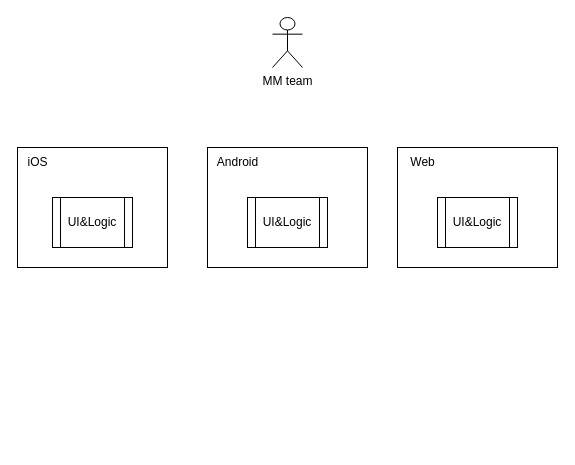
Above: Untitled Diagram.drawio in djdlp/InterviewQuestions (draw.io), before the change. Source tidied: cells renumbered, new cells numbered last; positions are measured from the earlier drawing's top-left corner, leaving out a move shared by most shapes. Both pictures are drawn from the tidied source at 100%, with x=0, y=0 at pixel (17, 17).
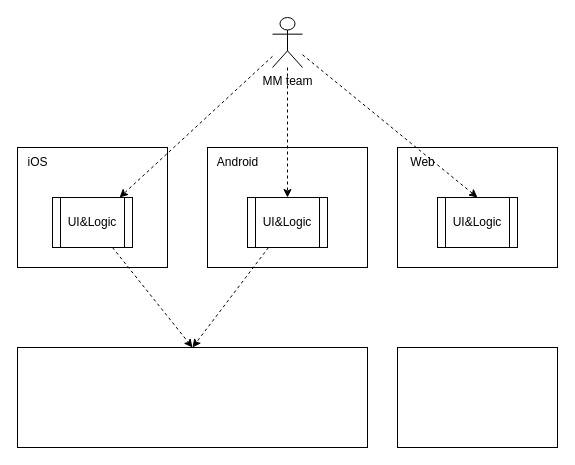
The same diagram, later.

The edit, as a diff of the source:
```diff
@@
 <mxGraphModel>
   <root>
     <mxCell id="0" />
     <mxCell id="1" parent="0" />
     <mxCell id="2" style="rounded=0;whiteSpace=wrap;html=1;" parent="1" vertex="1">
       <mxGeometry y="130" width="150" height="120" as="geometry" />
     </mxCell>
     <mxCell id="3" style="rounded=0;whiteSpace=wrap;html=1;" parent="1" vertex="1">
       <mxGeometry x="190" y="130" width="160" height="120" as="geometry" />
     </mxCell>
     <mxCell id="4" value="iOS" style="text;html=1;align=center;verticalAlign=middle;strokeColor=none;fillColor=none;" parent="1" vertex="1">
       <mxGeometry y="130" width="40" height="30" as="geometry" />
     </mxCell>
     <mxCell id="5" style="rounded=0;whiteSpace=wrap;html=1;fontFamily=Helvetica;fontSize=12;" parent="1" vertex="1">
       <mxGeometry x="380" y="130" width="160" height="120" as="geometry" />
     </mxCell>
     <mxCell id="6" value="Android" style="text;html=1;align=center;verticalAlign=middle;strokeColor=none;fillColor=none;fontSize=12;fontFamily=Helvetica;fontColor=default;" parent="1" vertex="1">
       <mxGeometry x="190" y="130" width="60" height="30" as="geometry" />
     </mxCell>
     <mxCell id="7" value="Web" style="text;html=1;align=center;verticalAlign=middle;strokeColor=none;fillColor=none;rotation=0;" parent="1" vertex="1">
       <mxGeometry x="380" y="130" width="50" height="30" as="geometry" />
     </mxCell>
+    <mxCell id="12" style="rounded=0;jettySize=auto;html=1;fontFamily=Helvetica;fontSize=12;fontColor=default;dashed=1;" parent="1" edge="1" source="8" target="9">
+      <mxGeometry relative="1" as="geometry" />
+    </mxCell>
+    <mxCell id="13" style="edgeStyle=none;rounded=0;jettySize=auto;html=1;dashed=1;fontFamily=Helvetica;fontSize=12;fontColor=default;" parent="1" edge="1" source="8" target="10">
+      <mxGeometry relative="1" as="geometry" />
+    </mxCell>
+    <mxCell id="14" style="edgeStyle=none;rounded=0;jettySize=auto;html=1;entryX=0.5;entryY=0;entryDx=0;entryDy=0;dashed=1;fontFamily=Helvetica;fontSize=12;fontColor=default;" parent="1" edge="1" source="8" target="11">
+      <mxGeometry relative="1" as="geometry" />
+    </mxCell>
     <mxCell id="8" value="MM team" style="shape=umlActor;verticalLabelPosition=bottom;verticalAlign=top;html=1;outlineConnect=0;rounded=0;strokeColor=default;fontFamily=Helvetica;fontSize=12;fontColor=default;fillColor=none;gradientColor=none;" parent="1" vertex="1">
       <mxGeometry x="255" width="30" height="50" as="geometry" />
     </mxCell>
+    <mxCell id="15" style="edgeStyle=none;rounded=0;jettySize=auto;html=1;dashed=1;fontFamily=Helvetica;fontSize=12;fontColor=default;entryX=0.5;entryY=0;entryDx=0;entryDy=0;" parent="1" edge="1" source="9" target="17">
+      <mxGeometry relative="1" as="geometry" />
+    </mxCell>
     <mxCell id="9" value="UI&amp;amp;Logic" style="shape=process;whiteSpace=wrap;html=1;backgroundOutline=1;rounded=0;strokeColor=default;fontFamily=Helvetica;fontSize=12;fontColor=default;fillColor=none;gradientColor=none;" parent="1" vertex="1">
       <mxGeometry x="35" y="180" width="80" height="50" as="geometry" />
     </mxCell>
+    <mxCell id="16" style="edgeStyle=none;rounded=0;jettySize=auto;html=1;entryX=0.5;entryY=0;entryDx=0;entryDy=0;dashed=1;fontFamily=Helvetica;fontSize=12;fontColor=default;" parent="1" edge="1" source="10" target="17">
+      <mxGeometry relative="1" as="geometry" />
+    </mxCell>
     <mxCell id="10" value="UI&amp;amp;Logic" style="shape=process;whiteSpace=wrap;html=1;backgroundOutline=1;rounded=0;strokeColor=default;fontFamily=Helvetica;fontSize=12;fontColor=default;fillColor=none;gradientColor=none;" parent="1" vertex="1">
       <mxGeometry x="230" y="180" width="80" height="50" as="geometry" />
     </mxCell>
     <mxCell id="11" value="UI&amp;amp;Logic" style="shape=process;whiteSpace=wrap;html=1;backgroundOutline=1;rounded=0;strokeColor=default;fontFamily=Helvetica;fontSize=12;fontColor=default;fillColor=none;gradientColor=none;" parent="1" vertex="1">
       <mxGeometry x="420" y="180" width="80" height="50" as="geometry" />
     </mxCell>
+    <mxCell id="17" style="rounded=0;whiteSpace=wrap;html=1;fontFamily=Helvetica;fontSize=12;" parent="1" vertex="1">
+      <mxGeometry y="330" width="350" height="100" as="geometry" />
+    </mxCell>
+    <mxCell id="18" style="rounded=0;whiteSpace=wrap;html=1;fontFamily=Helvetica;fontSize=12;" parent="1" vertex="1">
+      <mxGeometry x="380" y="330" width="160" height="100" as="geometry" />
+    </mxCell>
   </root>
 </mxGraphModel>
```
